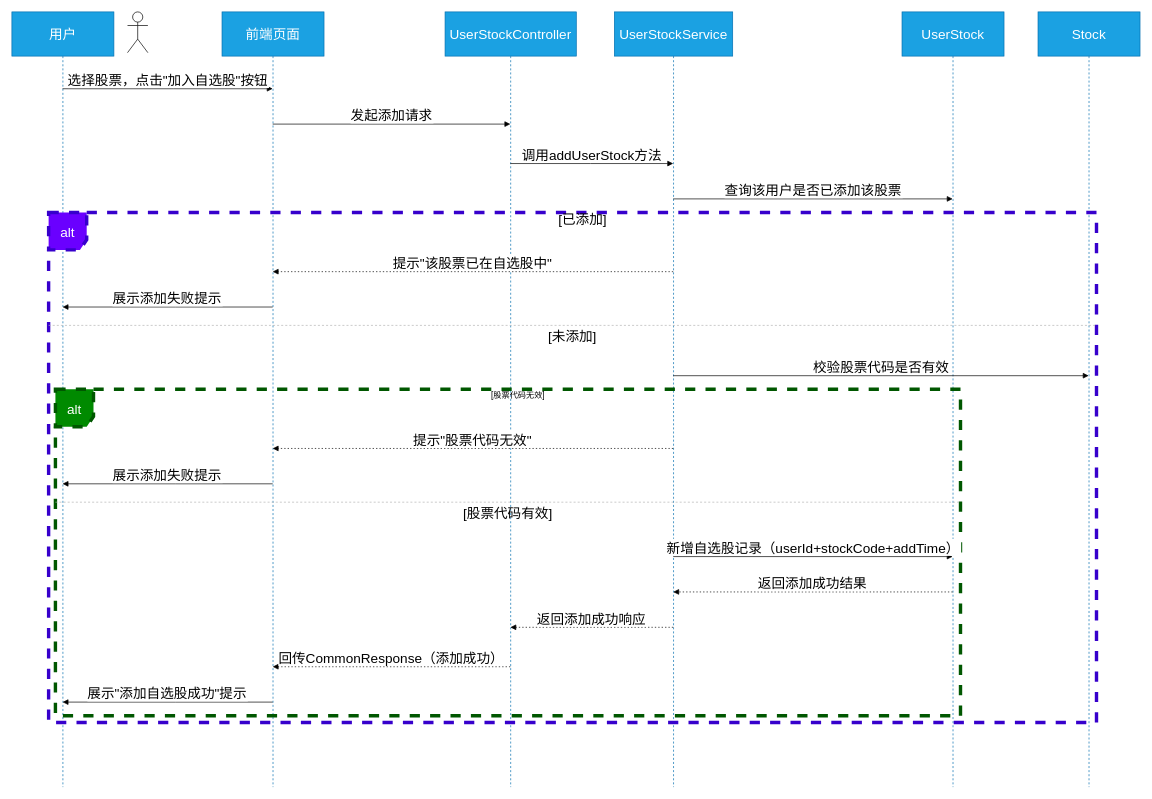
Before: stock_insert.drawio in LIXINGJIA/TMSK_DRAW.IO, a draw.io diagram. Source tidied: cells renumbered, new cells numbered last; positions are measured from the earlier drawing's top-left corner, leaving out a move shared by most shapes. Both pictures are drawn from the tidied source at 68%, with x=0, y=0 at pixel (12, 12).
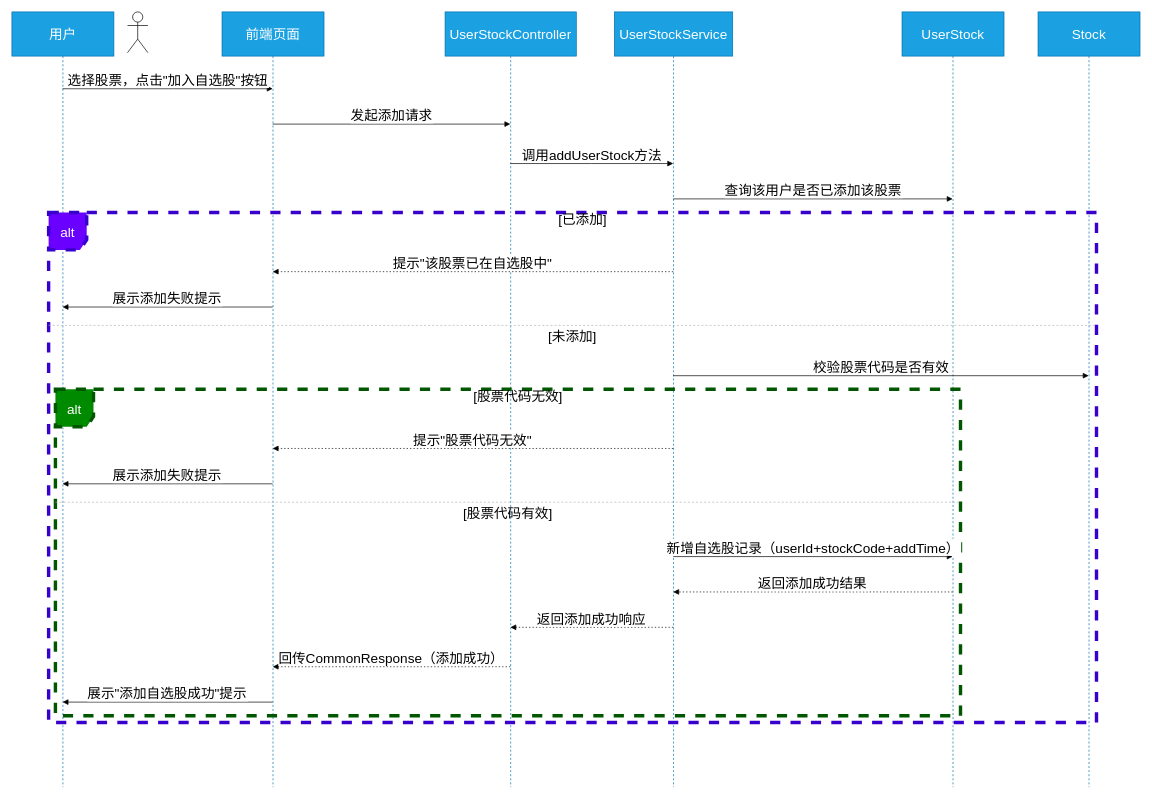
Above is the later version.

The change refers to these unchanged cells:
```xml
<mxCell id="8" value="alt" style="shape=umlFrame;dashed=1;strokeColor=#005700;height=55;width=56;fontSize=20;strokeWidth=5;fillColor=#008a00;fontColor=#ffffff;" parent="1" vertex="1">
  <mxGeometry x="64" y="555" width="1331" height="480" as="geometry" />
</mxCell>
```

Change to the diagram source:
```diff
@@
-    <mxCell id="9" value="[股票代码无效]" style="text;strokeColor=none;fillColor=none;align=center;verticalAlign=middle;whiteSpace=wrap;" parent="8" vertex="1">
+    <mxCell id="9" value="[股票代码无效]" style="text;strokeColor=none;fillColor=none;align=center;verticalAlign=middle;whiteSpace=wrap;fontSize=20;" parent="8" vertex="1">
       <mxGeometry x="30" width="1301" height="20" as="geometry" />
     </mxCell>
```
